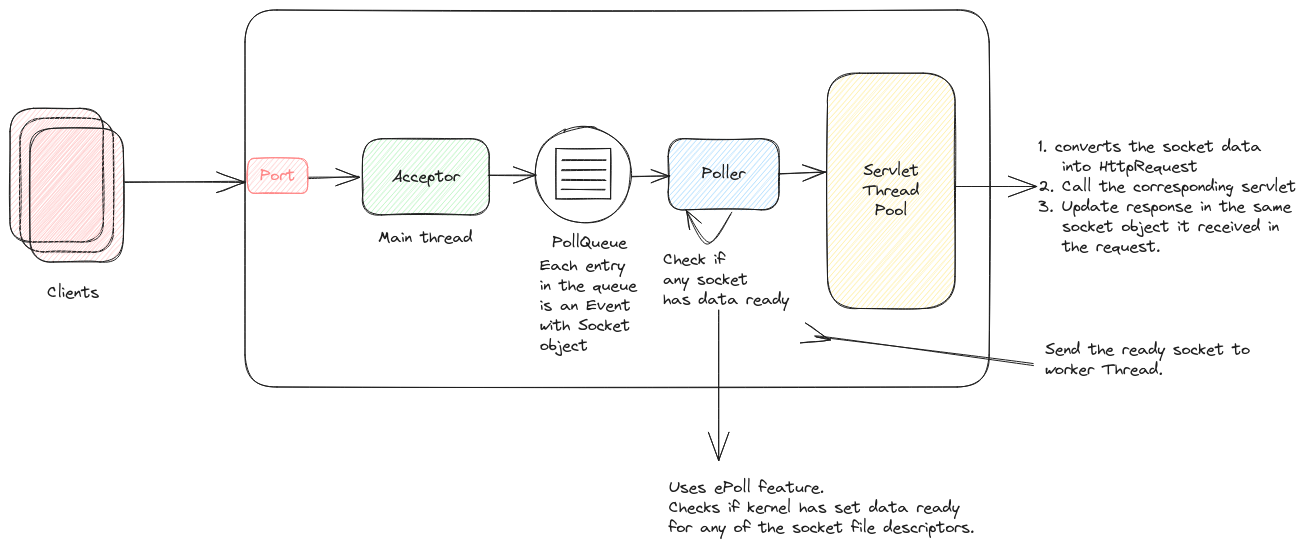
swaroopar/inprogress-engineer keeps this Excalidraw diagram as static/img/nio.excalidraw.png. Above is the earlier version. Source tidied: one line per element, renumbered; positions are measured from the earlier drawing's top-left corner, leaving out a move shared by most shapes.
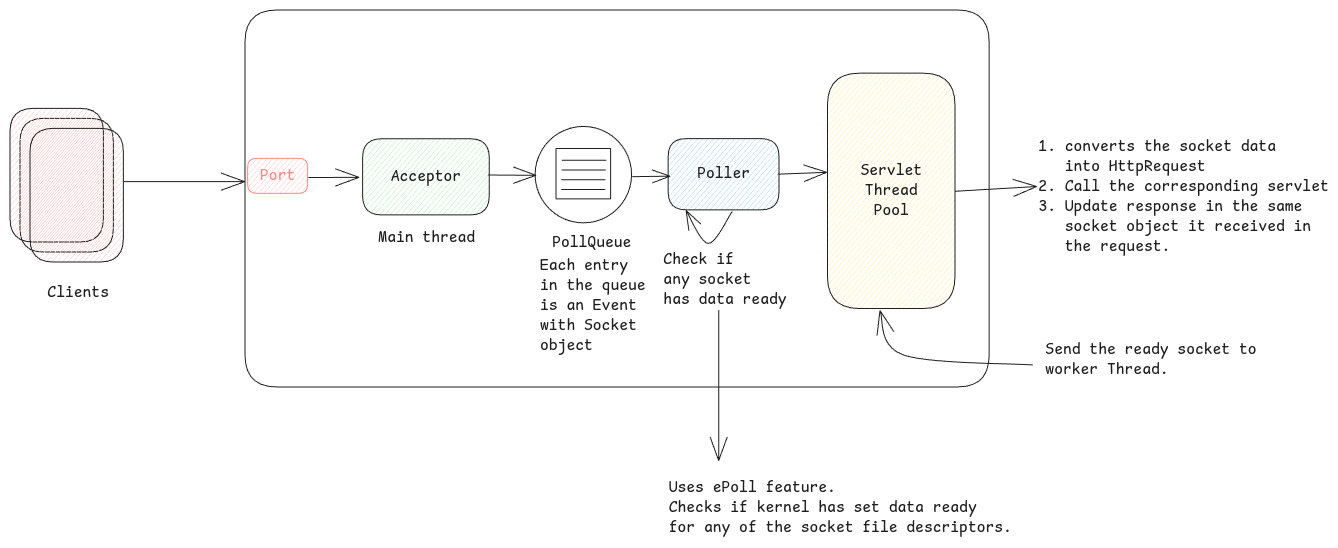
Above is the later version.

The edit, as a diff of the source:
```diff
@@ -1,35 +1,35 @@
-{"id": 0, "type": "rectangle", "strokeColor": "#1e1e1e", "strokeWidth": 1, "roughness": 1, "round": true, "x": 235, "y": 0, "width": 744, "height": 377}
+{"id": 0, "type": "rectangle", "strokeColor": "#1e1e1e", "strokeWidth": 1, "roughness": 0, "round": true, "x": 235, "y": 0, "width": 744, "height": 377}
-{"id": 1, "type": "rectangle", "strokeColor": "#1e1e1e", "backgroundColor": "#b2f2bb", "fillStyle": "hachure", "strokeWidth": 1, "roughness": 1, "round": true, "x": 353, "y": 129, "width": 127, "height": 76}
+{"id": 1, "type": "rectangle", "strokeColor": "#1e1e1e", "backgroundColor": "#b2f2bb", "fillStyle": "hachure", "strokeWidth": 1, "roughness": 0, "round": true, "x": 353, "y": 129, "width": 127, "height": 76}
-{"id": 2, "type": "text", "text": "Acceptor", "strokeColor": "#1e1e1e", "strokeWidth": 2, "roughness": 1, "fontSize": 16, "fontFamily": 1, "textAlign": "center", "verticalAlign": "middle", "inside": 1, "x": 382, "y": 157, "width": 68, "height": 20}
+{"id": 2, "type": "text", "text": "Acceptor", "strokeColor": "#1e1e1e", "strokeWidth": 2, "roughness": 1, "fontSize": 16, "fontFamily": 8, "textAlign": "center", "verticalAlign": "middle", "inside": 1, "x": 381, "y": 157, "width": 70, "height": 20}
-{"id": 3, "type": "arrow", "strokeColor": "#1e1e1e", "strokeWidth": 1, "roughness": 1, "startArrowhead": "arrow", "round": true, "from": 1, "to": 4, "x": 348, "y": 167, "width": 50, "height": 0, "points": [[0, 0], [-50, 0]]}
+{"id": 3, "type": "arrow", "strokeColor": "#1e1e1e", "strokeWidth": 1, "roughness": 0, "startArrowhead": "arrow", "round": true, "from": 1, "to": 4, "x": 349, "y": 167, "width": 50, "height": 0, "points": [[0, 0], [-50, 0]]}
-{"id": 4, "type": "rectangle", "strokeColor": "#ff8787", "backgroundColor": "#ffc9c9", "fillStyle": "hachure", "strokeWidth": 1, "roughness": 1, "round": true, "x": 238, "y": 148, "width": 60, "height": 35}
+{"id": 4, "type": "rectangle", "strokeColor": "#ff8787", "backgroundColor": "#ffc9c9", "fillStyle": "hachure", "strokeWidth": 1, "roughness": 0, "round": true, "x": 238, "y": 148, "width": 60, "height": 35}
-{"id": 5, "type": "text", "text": "Port", "strokeColor": "#ff8787", "strokeWidth": 2, "roughness": 1, "fontSize": 16, "fontFamily": 1, "textAlign": "center", "verticalAlign": "middle", "inside": 4, "x": 250, "y": 156, "width": 35, "height": 20}
+{"id": 5, "type": "text", "text": "Port", "strokeColor": "#ff8787", "strokeWidth": 2, "roughness": 1, "fontSize": 16, "fontFamily": 8, "textAlign": "center", "verticalAlign": "middle", "inside": 4, "x": 250, "y": 156, "width": 35, "height": 20}
-{"id": 6, "type": "ellipse", "strokeColor": "#1e1e1e", "strokeWidth": 1, "roughness": 1, "round": true, "x": 525, "y": 116, "width": 96, "height": 96}
+{"id": 6, "type": "ellipse", "strokeColor": "#1e1e1e", "strokeWidth": 1, "roughness": 0, "round": true, "x": 525, "y": 116, "width": 96, "height": 96}
-{"id": 7, "type": "rectangle", "strokeColor": "#1e1e1e", "strokeWidth": 1, "roughness": 1, "x": 546, "y": 138, "width": 55, "height": 50}
+{"id": 7, "type": "rectangle", "strokeColor": "#1e1e1e", "strokeWidth": 1, "roughness": 0, "x": 546, "y": 138, "width": 55, "height": 50}
-{"id": 8, "type": "line", "strokeColor": "#1e1e1e", "strokeWidth": 1, "roughness": 1, "round": true, "x": 552, "y": 150, "width": 44, "height": 0, "points": [[0, 0], [44, 0]]}
+{"id": 8, "type": "line", "strokeColor": "#1e1e1e", "strokeWidth": 1, "roughness": 0, "round": true, "x": 552, "y": 150, "width": 44, "height": 0, "points": [[0, 0], [44, 0]]}
-{"id": 9, "type": "line", "strokeColor": "#1e1e1e", "strokeWidth": 1, "roughness": 1, "round": true, "x": 552, "y": 160, "width": 44, "height": 0, "points": [[0, 0], [44, 0]]}
+{"id": 9, "type": "line", "strokeColor": "#1e1e1e", "strokeWidth": 1, "roughness": 0, "round": true, "x": 552, "y": 160, "width": 44, "height": 0, "points": [[0, 0], [44, 0]]}
-{"id": 10, "type": "line", "strokeColor": "#1e1e1e", "strokeWidth": 1, "roughness": 1, "round": true, "x": 552, "y": 170, "width": 44, "height": 0, "points": [[0, 0], [44, 0]]}
+{"id": 10, "type": "line", "strokeColor": "#1e1e1e", "strokeWidth": 1, "roughness": 0, "round": true, "x": 552, "y": 170, "width": 44, "height": 0, "points": [[0, 0], [44, 0]]}
-{"id": 11, "type": "line", "strokeColor": "#1e1e1e", "strokeWidth": 1, "roughness": 1, "round": true, "x": 552, "y": 180, "width": 44, "height": 0, "points": [[0, 0], [44, 0]]}
+{"id": 11, "type": "line", "strokeColor": "#1e1e1e", "strokeWidth": 1, "roughness": 0, "round": true, "x": 552, "y": 180, "width": 44, "height": 0, "points": [[0, 0], [44, 0]]}
-{"id": 12, "type": "text", "text": "PollQueue", "strokeColor": "#1e1e1e", "strokeWidth": 1, "roughness": 1, "fontSize": 16, "fontFamily": 1, "x": 542, "y": 223, "width": 75, "height": 20}
+{"id": 12, "type": "text", "text": "PollQueue", "strokeColor": "#1e1e1e", "strokeWidth": 1, "roughness": 0, "fontSize": 16, "fontFamily": 8, "x": 542, "y": 223, "width": 79, "height": 20}
-{"id": 13, "type": "rectangle", "strokeColor": "#1e1e1e", "backgroundColor": "#a5d8ff", "fillStyle": "hachure", "strokeWidth": 1, "roughness": 1, "round": true, "x": 658, "y": 129, "width": 111, "height": 71}
+{"id": 13, "type": "rectangle", "strokeColor": "#1e1e1e", "backgroundColor": "#a5d8ff", "fillStyle": "hachure", "strokeWidth": 1, "roughness": 0, "round": true, "x": 658, "y": 129, "width": 111, "height": 71}
-{"id": 14, "type": "text", "text": "Poller", "strokeColor": "#1e1e1e", "strokeWidth": 2, "roughness": 1, "fontSize": 16, "fontFamily": 1, "textAlign": "center", "verticalAlign": "middle", "inside": 13, "x": 692, "y": 154, "width": 43, "height": 20}
+{"id": 14, "type": "text", "text": "Poller", "strokeColor": "#1e1e1e", "strokeWidth": 2, "roughness": 1, "fontSize": 16, "fontFamily": 8, "textAlign": "center", "verticalAlign": "middle", "inside": 13, "x": 687, "y": 154, "width": 53, "height": 20}
-{"id": 15, "type": "rectangle", "strokeColor": "#1e1e1e", "backgroundColor": "#ffec99", "fillStyle": "hachure", "strokeWidth": 1, "roughness": 1, "round": true, "x": 817, "y": 63, "width": 128, "height": 235}
+{"id": 15, "type": "rectangle", "strokeColor": "#1e1e1e", "backgroundColor": "#ffec99", "fillStyle": "hachure", "strokeWidth": 1, "roughness": 0, "round": true, "x": 817, "y": 63, "width": 128, "height": 235}
-{"id": 16, "type": "text", "text": "Servlet\nThread\nPool", "strokeColor": "#1e1e1e", "strokeWidth": 2, "roughness": 1, "fontSize": 16, "fontFamily": 1, "textAlign": "center", "verticalAlign": "middle", "inside": 15, "x": 853, "y": 151, "width": 56, "height": 60}
+{"id": 16, "type": "text", "text": "Servlet\nThread\nPool", "strokeColor": "#1e1e1e", "strokeWidth": 2, "roughness": 1, "fontSize": 16, "fontFamily": 8, "textAlign": "center", "verticalAlign": "middle", "inside": 15, "x": 850, "y": 151, "width": 62, "height": 60}
-{"id": 17, "type": "arrow", "strokeColor": "#1e1e1e", "strokeWidth": 1, "roughness": 1, "endArrowhead": "arrow", "round": true, "from": 13, "to": 13, "x": 721, "y": 203, "width": 44, "height": 32, "points": [[0, 0], [-22, 30], [-44, -2]]}
+{"id": 17, "type": "arrow", "strokeColor": "#1e1e1e", "strokeWidth": 1, "roughness": 0, "endArrowhead": "arrow", "round": true, "from": 13, "to": 13, "x": 722, "y": 202, "width": 46, "height": 33, "points": [[0, 0], [-24, 32], [-46, -1]]}
-{"id": 18, "type": "text", "text": "Check if \nany socket \nhas data ready", "strokeColor": "#1e1e1e", "strokeWidth": 1, "roughness": 1, "fontSize": 16, "fontFamily": 1, "x": 653, "y": 240, "width": 126, "height": 60}
+{"id": 18, "type": "text", "text": "Check if \nany socket \nhas data ready", "strokeColor": "#1e1e1e", "strokeWidth": 1, "roughness": 0, "fontSize": 16, "fontFamily": 8, "x": 653, "y": 240, "width": 123, "height": 60}
-{"id": 19, "type": "arrow", "strokeColor": "#1e1e1e", "strokeWidth": 1, "roughness": 1, "endArrowhead": "arrow", "round": true, "x": 478, "y": 165, "width": 48, "height": 0, "points": [[0, 0], [48, 0]]}
+{"id": 19, "type": "arrow", "strokeColor": "#1e1e1e", "strokeWidth": 1, "roughness": 0, "endArrowhead": "arrow", "round": true, "x": 478, "y": 165, "width": 48, "height": 0, "points": [[0, 0], [48, 0]]}
-{"id": 20, "type": "arrow", "strokeColor": "#1e1e1e", "strokeWidth": 1, "roughness": 1, "endArrowhead": "arrow", "round": true, "from": 6, "x": 622, "y": 167, "width": 38, "height": 1, "points": [[0, 0], [38, -1]]}
+{"id": 20, "type": "arrow", "strokeColor": "#1e1e1e", "strokeWidth": 1, "roughness": 0, "endArrowhead": "arrow", "round": true, "from": 6, "x": 623, "y": 167, "width": 37, "height": 1, "points": [[0, 0], [37, -1]]}
-{"id": 21, "type": "arrow", "strokeColor": "#1e1e1e", "strokeWidth": 1, "roughness": 1, "endArrowhead": "arrow", "round": true, "to": 15, "x": 768, "y": 164, "width": 48, "height": 2, "points": [[0, 0], [48, -2]]}
+{"id": 21, "type": "arrow", "strokeColor": "#1e1e1e", "strokeWidth": 1, "roughness": 0, "endArrowhead": "arrow", "round": true, "to": 15, "x": 768, "y": 164, "width": 48, "height": 2, "points": [[0, 0], [48, -2]]}
-{"id": 22, "type": "text", "text": "Main thread", "strokeColor": "#1e1e1e", "strokeWidth": 1, "roughness": 1, "fontSize": 16, "fontFamily": 1, "x": 368, "y": 218, "width": 94, "height": 20}
+{"id": 22, "type": "text", "text": "Main thread", "strokeColor": "#1e1e1e", "strokeWidth": 1, "roughness": 0, "fontSize": 16, "fontFamily": 8, "x": 368, "y": 218, "width": 97, "height": 20}
-{"id": 23, "type": "text", "text": "Each entry \nin the queue \nis an Event \nwith Socket\nobject", "strokeColor": "#1e1e1e", "strokeWidth": 1, "roughness": 1, "fontSize": 16, "fontFamily": 1, "x": 530, "y": 246, "width": 105, "height": 100}
+{"id": 23, "type": "text", "text": "Each entry \nin the queue \nis an Event \nwith Socket\nobject", "strokeColor": "#1e1e1e", "strokeWidth": 1, "roughness": 0, "fontSize": 16, "fontFamily": 8, "x": 530, "y": 246, "width": 114, "height": 100}
-{"id": 24, "type": "rectangle", "strokeColor": "#1e1e1e", "backgroundColor": "#ffc9c9", "fillStyle": "hachure", "strokeWidth": 1, "roughness": 1, "round": true, "x": 10, "y": 108, "width": 93, "height": 134}
+{"id": 24, "type": "rectangle", "strokeColor": "#1e1e1e", "backgroundColor": "#ffc9c9", "fillStyle": "hachure", "strokeWidth": 1, "roughness": 0, "round": true, "x": 10, "y": 108, "width": 93, "height": 134}
-{"id": 25, "type": "text", "text": "Clients", "strokeColor": "#1e1e1e", "strokeWidth": 1, "roughness": 1, "fontSize": 16, "fontFamily": 1, "x": 37, "y": 273, "width": 52, "height": 20}
+{"id": 25, "type": "text", "text": "Clients", "strokeColor": "#1e1e1e", "strokeWidth": 1, "roughness": 0, "fontSize": 16, "fontFamily": 8, "x": 37, "y": 273, "width": 62, "height": 20}
-{"id": 26, "type": "arrow", "strokeColor": "#1e1e1e", "backgroundColor": "#ffc9c9", "fillStyle": "hachure", "strokeWidth": 1, "roughness": 1, "endArrowhead": "arrow", "round": true, "to": 4, "x": 114, "y": 172, "width": 120, "height": 0, "points": [[0, 0], [120, 0]]}
+{"id": 26, "type": "arrow", "strokeColor": "#1e1e1e", "backgroundColor": "#ffc9c9", "fillStyle": "hachure", "strokeWidth": 1, "roughness": 0, "endArrowhead": "arrow", "round": true, "to": 4, "x": 114, "y": 172, "width": 121, "height": 0, "points": [[0, 0], [121, 0]]}
-{"id": 27, "type": "rectangle", "strokeColor": "#1e1e1e", "backgroundColor": "#ffc9c9", "fillStyle": "hachure", "strokeWidth": 1, "roughness": 1, "round": true, "x": 0, "y": 98, "width": 93, "height": 134}
+{"id": 27, "type": "rectangle", "strokeColor": "#1e1e1e", "backgroundColor": "#ffc9c9", "fillStyle": "hachure", "strokeWidth": 1, "roughness": 0, "round": true, "x": 0, "y": 98, "width": 93, "height": 134}
-{"id": 28, "type": "rectangle", "strokeColor": "#1e1e1e", "backgroundColor": "#ffc9c9", "fillStyle": "hachure", "strokeWidth": 1, "roughness": 1, "round": true, "x": 20, "y": 118, "width": 93, "height": 134}
+{"id": 28, "type": "rectangle", "strokeColor": "#1e1e1e", "backgroundColor": "#ffc9c9", "fillStyle": "hachure", "strokeWidth": 1, "roughness": 0, "round": true, "x": 20, "y": 118, "width": 93, "height": 134}
-{"id": 29, "type": "arrow", "strokeColor": "#1e1e1e", "backgroundColor": "#ffec99", "fillStyle": "hachure", "strokeWidth": 1, "roughness": 1, "startArrowhead": "arrow", "round": true, "from": 15, "to": 30, "x": 820, "y": 329, "width": 202, "height": 27, "points": [[0, 0], [0, -1], [202, 26]]}
+{"id": 29, "type": "arrow", "strokeColor": "#1e1e1e", "backgroundColor": "#ffec99", "fillStyle": "hachure", "strokeWidth": 1, "roughness": 0, "startArrowhead": "arrow", "round": true, "from": 15, "to": 30, "x": 870, "y": 301, "width": 153, "height": 54, "points": [[0, 0], [23, 44], [153, 54]]}
-{"id": 30, "type": "text", "text": "Send the ready socket to \nworker Thread. ", "strokeColor": "#1e1e1e", "backgroundColor": "#ffec99", "fillStyle": "hachure", "strokeWidth": 1, "roughness": 1, "fontSize": 16, "fontFamily": 1, "x": 1035, "y": 330, "width": 213, "height": 40}
+{"id": 30, "type": "text", "text": "Send the ready socket to \nworker Thread. ", "strokeColor": "#1e1e1e", "backgroundColor": "#ffec99", "fillStyle": "hachure", "strokeWidth": 1, "roughness": 0, "fontSize": 16, "fontFamily": 8, "x": 1035, "y": 330, "width": 220, "height": 40}
-{"id": 31, "type": "text", "text": "1. converts the socket data \n   into HttpRequest\n2. Call the corresponding servlet\n3. Update response in the same \n   socket object it received in \n   the request.", "strokeColor": "#1e1e1e", "backgroundColor": "#ffec99", "fillStyle": "hachure", "strokeWidth": 1, "roughness": 1, "fontSize": 16, "fontFamily": 1, "x": 1028, "y": 127, "width": 261, "height": 120}
+{"id": 31, "type": "text", "text": "1. converts the socket data \n   into HttpRequest\n2. Call the corresponding servlet\n3. Update response in the same \n   socket object it received in \n   the request.", "strokeColor": "#1e1e1e", "backgroundColor": "#ffec99", "fillStyle": "hachure", "strokeWidth": 1, "roughness": 0, "fontSize": 16, "fontFamily": 8, "x": 1028, "y": 127, "width": 290, "height": 120}
-{"id": 32, "type": "arrow", "strokeColor": "#1e1e1e", "backgroundColor": "#ffec99", "fillStyle": "hachure", "strokeWidth": 1, "roughness": 0, "startArrowhead": "arrow", "round": true, "to": 15, "x": 1027, "y": 177, "width": 82, "height": 0, "points": [[0, 0], [-82, 0]]}
+{"id": 32, "type": "arrow", "strokeColor": "#1e1e1e", "backgroundColor": "#ffec99", "fillStyle": "hachure", "strokeWidth": 1, "roughness": 0, "startArrowhead": "arrow", "round": true, "to": 15, "x": 1027, "y": 177, "width": 81, "height": 5, "points": [[0, 0], [-81, 5]]}
 {"id": 33, "type": "arrow", "strokeColor": "#1e1e1e", "strokeWidth": 1, "roughness": 0, "endArrowhead": "arrow", "round": true, "x": 709, "y": 300, "width": 0, "height": 150, "points": [[0, 0], [0, 150]]}
-{"id": 34, "type": "text", "text": "Uses ePoll feature. \nChecks if kernel has set data ready \nfor any of the socket file descriptors.", "strokeColor": "#1e1e1e", "strokeWidth": 1, "roughness": 0, "fontSize": 16, "fontFamily": 1, "x": 659, "y": 468, "width": 306, "height": 60}
+{"id": 34, "type": "text", "text": "Uses ePoll feature. \nChecks if kernel has set data ready \nfor any of the socket file descriptors.", "strokeColor": "#1e1e1e", "strokeWidth": 1, "roughness": 0, "fontSize": 16, "fontFamily": 8, "x": 659, "y": 468, "width": 343, "height": 60}
```
